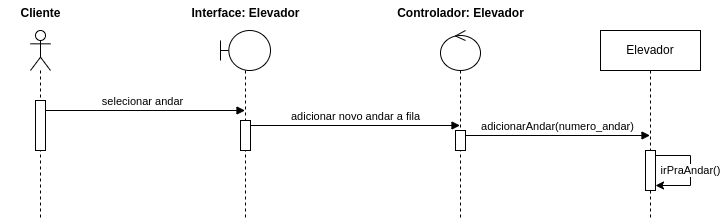
Above: DSUC01.drawio.png in AngeloGabriel-dev/Sistema-Elevadores-UML (draw.io), before the change. Source tidied: cells renumbered, new cells last; positions are measured from the earlier drawing's top-left corner, leaving out a move shared by most shapes. Its diagram source:
```xml
<mxGraphModel>
  <root>
    <mxCell id="0" />
    <mxCell id="1" parent="0" />
    <mxCell id="2" value="selecionar andar" style="html=1;verticalAlign=bottom;endArrow=block;edgeStyle=elbowEdgeStyle;elbow=vertical;curved=0;rounded=0;exitX=1;exitY=0;exitDx=0;exitDy=5;exitPerimeter=0;" parent="1" edge="1" source="4" target="6">
      <mxGeometry relative="1" as="geometry">
        <Array as="points">
          <mxPoint x="140" y="110" />
        </Array>
      </mxGeometry>
    </mxCell>
    <mxCell id="3" style="shape=umlLifeline;perimeter=lifelinePerimeter;whiteSpace=wrap;html=1;newEdgeStyle={&quot;curved&quot;:0,&quot;rounded&quot;:0};participant=umlActor;" parent="1" vertex="1">
      <mxGeometry x="30" y="30" width="20" height="190" as="geometry" />
    </mxCell>
    <mxCell id="4" style="html=1;points=[[0,0,0,0,5],[0,1,0,0,-5],[1,0,0,0,5],[1,1,0,0,-5]];perimeter=orthogonalPerimeter;outlineConnect=0;targetShapes=umlLifeline;portConstraint=eastwest;newEdgeStyle={&quot;curved&quot;:0,&quot;rounded&quot;:0};" parent="3" vertex="1">
      <mxGeometry x="5" y="70" width="10" height="50" as="geometry" />
    </mxCell>
    <mxCell id="5" value="Cliente" style="text;align=center;fontStyle=1;verticalAlign=middle;spacingLeft=3;spacingRight=3;strokeColor=none;html=1;" parent="1" vertex="1">
      <mxGeometry width="80" height="26" as="geometry" />
    </mxCell>
    <mxCell id="6" style="shape=umlLifeline;perimeter=lifelinePerimeter;whiteSpace=wrap;html=1;outlineConnect=0;portConstraint=eastwest;newEdgeStyle={&quot;curved&quot;:0,&quot;rounded&quot;:0};participant=umlBoundary;" parent="1" vertex="1">
      <mxGeometry x="220" y="30" width="50" height="190" as="geometry" />
    </mxCell>
    <mxCell id="7" style="html=1;points=[[0,0,0,0,5],[0,1,0,0,-5],[1,0,0,0,5],[1,1,0,0,-5]];perimeter=orthogonalPerimeter;outlineConnect=0;targetShapes=umlLifeline;portConstraint=eastwest;newEdgeStyle={&quot;curved&quot;:0,&quot;rounded&quot;:0};" parent="6" vertex="1">
      <mxGeometry x="20" y="90" width="10" height="30" as="geometry" />
    </mxCell>
    <mxCell id="8" value="Interface: Elevador" style="text;align=center;fontStyle=1;verticalAlign=middle;spacingLeft=3;spacingRight=3;strokeColor=none;html=1;" parent="1" vertex="1">
      <mxGeometry x="205" width="80" height="26" as="geometry" />
    </mxCell>
    <mxCell id="9" style="shape=umlLifeline;perimeter=lifelinePerimeter;whiteSpace=wrap;html=1;outlineConnect=0;portConstraint=eastwest;newEdgeStyle={&quot;curved&quot;:0,&quot;rounded&quot;:0};participant=umlControl;" parent="1" vertex="1">
      <mxGeometry x="440" y="30" width="40" height="190" as="geometry" />
    </mxCell>
    <mxCell id="10" style="html=1;points=[[0,0,0,0,5],[0,1,0,0,-5],[1,0,0,0,5],[1,1,0,0,-5]];perimeter=orthogonalPerimeter;outlineConnect=0;targetShapes=umlLifeline;portConstraint=eastwest;newEdgeStyle={&quot;curved&quot;:0,&quot;rounded&quot;:0};" parent="9" vertex="1">
      <mxGeometry x="15" y="100" width="10" height="20" as="geometry" />
    </mxCell>
    <mxCell id="11" value="Controlador: Elevador" style="text;align=center;fontStyle=1;verticalAlign=middle;spacingLeft=3;spacingRight=3;strokeColor=none;html=1;" parent="1" vertex="1">
      <mxGeometry x="420" width="80" height="26" as="geometry" />
    </mxCell>
    <mxCell id="12" value="adicionar novo andar a fila" style="html=1;verticalAlign=bottom;endArrow=block;curved=0;rounded=0;exitX=1;exitY=0;exitDx=0;exitDy=5;exitPerimeter=0;" parent="1" edge="1" source="7" target="9">
      <mxGeometry relative="1" as="geometry" />
    </mxCell>
    <mxCell id="13" value="Elevador" style="shape=umlLifeline;perimeter=lifelinePerimeter;whiteSpace=wrap;html=1;outlineConnect=0;portConstraint=eastwest;newEdgeStyle={&quot;curved&quot;:0,&quot;rounded&quot;:0};" parent="1" vertex="1">
      <mxGeometry x="600" y="30" width="100" height="190" as="geometry" />
    </mxCell>
    <mxCell id="14" style="html=1;points=[[0,0,0,0,5],[0,1,0,0,-5],[1,0,0,0,5],[1,1,0,0,-5]];perimeter=orthogonalPerimeter;outlineConnect=0;targetShapes=umlLifeline;portConstraint=eastwest;newEdgeStyle={&quot;curved&quot;:0,&quot;rounded&quot;:0};" parent="13" vertex="1">
      <mxGeometry x="45" y="120" width="10" height="40" as="geometry" />
    </mxCell>
    <mxCell id="15" value="irPraAndar()" style="edgeStyle=orthogonalEdgeStyle;rounded=0;orthogonalLoop=1;jettySize=auto;html=1;curved=0;exitX=1;exitY=0;exitDx=0;exitDy=5;exitPerimeter=0;entryX=1;entryY=1;entryDx=0;entryDy=-5;entryPerimeter=0;" parent="13" edge="1" source="14" target="14">
      <mxGeometry relative="1" as="geometry">
        <Array as="points">
          <mxPoint x="90" y="125" />
          <mxPoint x="90" y="155" />
        </Array>
      </mxGeometry>
    </mxCell>
    <mxCell id="16" value="adicionarAndar(numero_andar)" style="html=1;verticalAlign=bottom;endArrow=block;curved=0;rounded=0;exitX=1;exitY=0;exitDx=0;exitDy=5;exitPerimeter=0;" parent="1" edge="1" source="10" target="13">
      <mxGeometry relative="1" as="geometry" />
    </mxCell>
  </root>
</mxGraphModel>
```
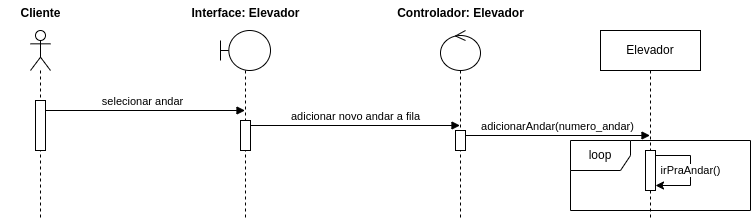
Above is the later version.

Diff of the diagram source:
```diff
@@ -56,5 +56,8 @@
     <mxCell id="16" value="adicionarAndar(numero_andar)" style="html=1;verticalAlign=bottom;endArrow=block;curved=0;rounded=0;exitX=1;exitY=0;exitDx=0;exitDy=5;exitPerimeter=0;" parent="1" edge="1" source="10" target="13">
       <mxGeometry relative="1" as="geometry" />
     </mxCell>
+    <mxCell id="17" value="loop" style="shape=umlFrame;whiteSpace=wrap;html=1;" parent="1" vertex="1">
+      <mxGeometry x="570" y="140" width="180" height="70" as="geometry" />
+    </mxCell>
   </root>
 </mxGraphModel>
```
